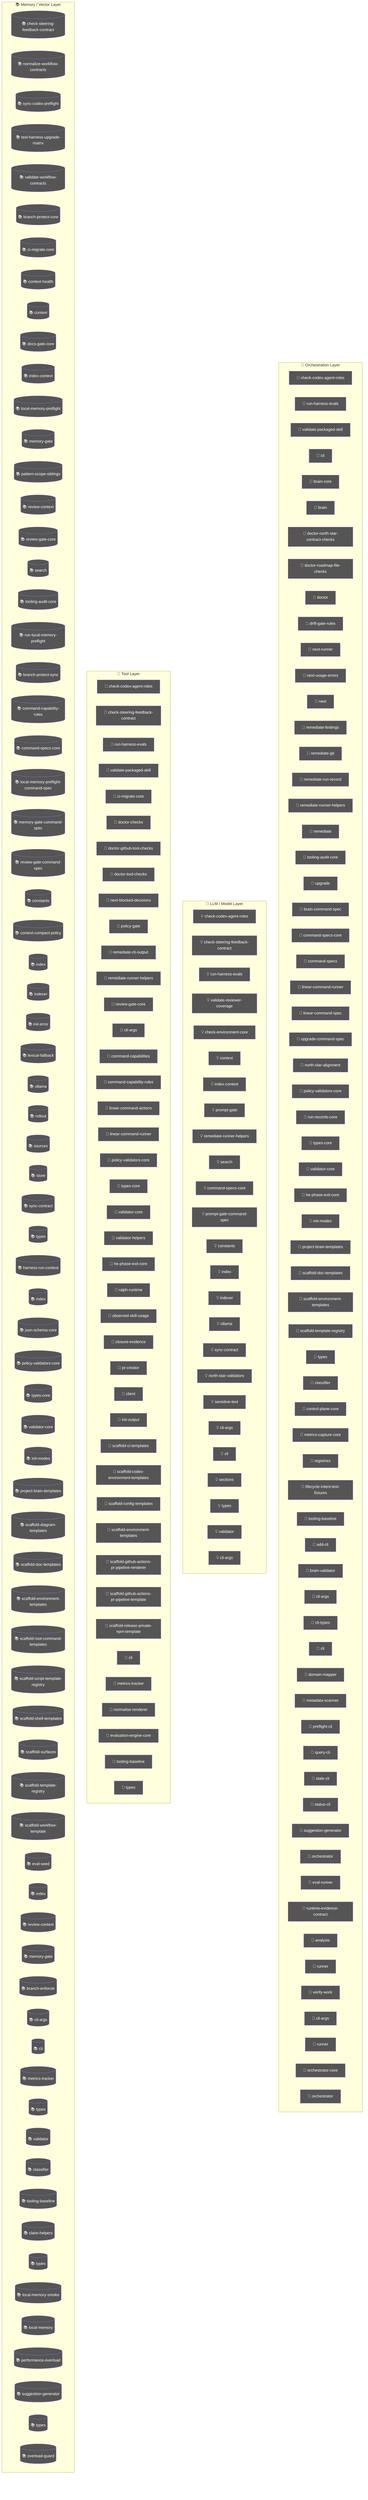
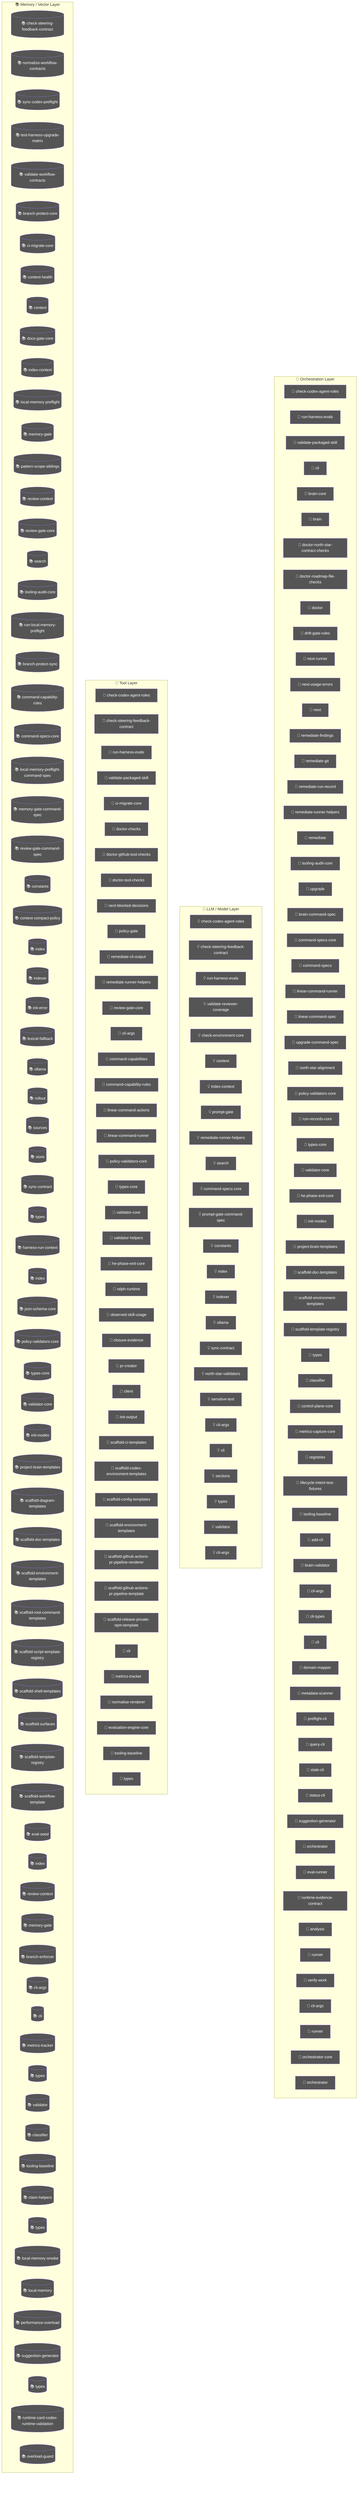
flowchart TD
  subgraph Orchestration["🎯 Orchestration Layer"]
    node_agent_mmd_orchestration_layer_orchestration_chec_7a9f0b64["🤖 check-codex-agent-roles"]
    node_agent_mmd_orchestration_layer_orchestration_run__18817957["🤖 run-harness-evals"]
    node_agent_mmd_orchestration_layer_orchestration_vali_c01b04be["🤖 validate-packaged-skill"]
    cli_99bb8840["🤖 cli"]
    brain_core_aa07c380["🤖 brain-core"]
    brain_bbbf7a64["🤖 brain"]
    doctor_north_star_contract_checks_0048124c["🤖 doctor-north-star-contract-checks"]
    doctor_roadmap_file_checks_14447b8e["🤖 doctor-roadmap-file-checks"]
    doctor_72f4be89["🤖 doctor"]
    drift_gate_rules_9685e72d["🤖 drift-gate-rules"]
    next_runner_41643472["🤖 next-runner"]
    next_usage_errors_837a345a["🤖 next-usage-errors"]
    next_c6c1c9a9["🤖 next"]
    remediate_findings_8b09c8c6["🤖 remediate-findings"]
    remediate_git_58c6f6f4["🤖 remediate-git"]
    remediate_run_record_9dfe5dc1["🤖 remediate-run-record"]
    node_agent_mmd_orchestration_layer_orchestration_reme_359fe98f["🤖 remediate-runner-helpers"]
    remediate_06b9c7fc["🤖 remediate"]
    node_agent_mmd_orchestration_layer_orchestration_tool_acfe0c01["🤖 tooling-audit-core"]
    upgrade_7fef9479["🤖 upgrade"]
    brain_command_spec_15b122d5["🤖 brain-command-spec"]
    node_agent_mmd_orchestration_layer_orchestration_comm_1f8cc24c["🤖 command-specs-core"]
    command_specs_69167c63["🤖 command-specs"]
    node_agent_mmd_orchestration_layer_orchestration_line_b67affd5["🤖 linear-command-runner"]
    linear_command_spec_1e12dd44["🤖 linear-command-spec"]
    upgrade_command_spec_03f6c7bd["🤖 upgrade-command-spec"]
    north_star_alignment_00440188["🤖 north-star-alignment"]
    node_agent_mmd_orchestration_layer_orchestration_poli_3270b55d["🤖 policy-validators-core"]
    run_records_core_89286dfa["🤖 run-records-core"]
    node_agent_mmd_orchestration_layer_orchestration_type_7cf81261["🤖 types-core"]
    node_agent_mmd_orchestration_layer_orchestration_vali_d9fe99e6["🤖 validator-core"]
    node_agent_mmd_orchestration_layer_orchestration_he_p_fc778c24["🤖 he-phase-exit-core"]
    node_agent_mmd_orchestration_layer_orchestration_init_2a9c3ecb["🤖 init-modes"]
    node_agent_mmd_orchestration_layer_orchestration_proj_6ab6f60f["🤖 project-brain-templates"]
    node_agent_mmd_orchestration_layer_orchestration_scaf_12cc07db["🤖 scaffold-doc-templates"]
    node_agent_mmd_orchestration_layer_orchestration_scaf_c9a90c2f["🤖 scaffold-environment-templates"]
    node_agent_mmd_orchestration_layer_orchestration_scaf_ff8f92f6["🤖 scaffold-template-registry"]
-     types_9_1db4641f["🤖 types"]
+     types_10_75e5a4a0["🤖 types"]
    node_agent_mmd_orchestration_layer_orchestration_clas_899b821a["🤖 classifier"]
    control_plane_core_db3b4cb2["🤖 control-plane-core"]
    metrics_capture_core_db4bf7cf["🤖 metrics-capture-core"]
    registries_06402afa["🤖 registries"]
    lifecycle_intent_test_fixtures_a53c7ada["🤖 lifecycle-intent-test-fixtures"]
    node_agent_mmd_orchestration_layer_orchestration_tool_cc43149f["🤖 tooling-baseline"]
    add_cli_7614de25["🤖 add-cli"]
    brain_validator_be251832["🤖 brain-validator"]
    cli_args_8_d546936e["🤖 cli-args"]
    cli_types_1686e858["🤖 cli-types"]
    cli_7_dc4a9f7f["🤖 cli"]
    domain_mapper_cd9333d2["🤖 domain-mapper"]
    metadata_scanner_6a101b66["🤖 metadata-scanner"]
    preflight_cli_5d148379["🤖 preflight-cli"]
    query_cli_b95be64d["🤖 query-cli"]
    stale_cli_64548720["🤖 stale-cli"]
    status_cli_4c24a0d6["🤖 status-cli"]
    node_agent_mmd_orchestration_layer_orchestration_sugg_85c5ebe3["🤖 suggestion-generator"]
    orchestrator_11376b7e["🤖 orchestrator"]
    eval_runner_0966a6b3["🤖 eval-runner"]
    runtime_evidence_contract_0f7b15b2["🤖 runtime-evidence-contract"]
    analysis_f44e85c4["🤖 analysis"]
    runner_527aa9f4["🤖 runner"]
    verify_work_1_cd8e7ec3["🤖 verify-work"]
    cli_args_14_3481043e["🤖 cli-args"]
    runner_1_6f281bf8["🤖 runner"]
    orchestrator_core_d0678b53["🤖 orchestrator-core"]
    orchestrator_1_6b7137c5["🤖 orchestrator"]
  end
  subgraph LLMLayer["🧠 LLM / Model Layer"]
    node_agent_mmd_llm_model_layer_llmlayer_check_codex_a_29e7b7fa["💡 check-codex-agent-roles"]
    node_agent_mmd_llm_model_layer_llmlayer_check_steerin_a7dbbd2f["💡 check-steering-feedback-contract"]
    node_agent_mmd_llm_model_layer_llmlayer_run_harness_e_603fcfdc["💡 run-harness-evals"]
    validate_reviewer_coverage_251efee3["💡 validate-reviewer-coverage"]
    check_environment_core_2c16213f["💡 check-environment-core"]
    node_agent_mmd_llm_model_layer_llmlayer_context_conte_ad2dfbd9["💡 context"]
    node_agent_mmd_llm_model_layer_llmlayer_index_context_1041bd11["💡 index-context"]
    prompt_gate_c5e9d207["💡 prompt-gate"]
    node_agent_mmd_llm_model_layer_llmlayer_remediate_run_9e3d4585["💡 remediate-runner-helpers"]
    node_agent_mmd_llm_model_layer_llmlayer_search_search_66b9a911["💡 search"]
    node_agent_mmd_llm_model_layer_llmlayer_command_specs_782af9fa["💡 command-specs-core"]
    prompt_gate_command_spec_9a941482["💡 prompt-gate-command-spec"]
    node_agent_mmd_llm_model_layer_llmlayer_constants_con_c9bd3f6c["💡 constants"]
    node_agent_mmd_llm_model_layer_llmlayer_index_index_1_02e160ff["💡 index"]
    node_agent_mmd_llm_model_layer_llmlayer_indexer_index_4f4deef5["💡 indexer"]
    node_agent_mmd_llm_model_layer_llmlayer_ollama_ollama_968b23fa["💡 ollama"]
    node_agent_mmd_llm_model_layer_llmlayer_sync_contract_9f3cc8c1["💡 sync-contract"]
    north_star_validators_cfc926ce["💡 north-star-validators"]
    sensitive_text_7c11f760["💡 sensitive-text"]
    cli_args_9_9c136878["💡 cli-args"]
    cli_8_e3a6ce03["💡 cli"]
    sections_4697ef32["💡 sections"]
-     types_19_eb4ad5f0["💡 types"]
+     types_20_071a0112["💡 types"]
    validator_6_3688adbf["💡 validator"]
    cli_args_10_861cdd3f["💡 cli-args"]
  end
  subgraph ToolLayer["🔧 Tool Layer"]
    node_agent_mmd_tool_layer_toollayer_check_codex_agent_4b361d5a["🔧 check-codex-agent-roles"]
    node_agent_mmd_tool_layer_toollayer_check_steering_fe_84ed22c2["🔧 check-steering-feedback-contract"]
    node_agent_mmd_tool_layer_toollayer_run_harness_evals_e2ee24f1["🔧 run-harness-evals"]
    node_agent_mmd_tool_layer_toollayer_validate_packaged_f6ed6f12["🔧 validate-packaged-skill"]
    node_agent_mmd_tool_layer_toollayer_ci_migrate_core_c_049f8460["🔧 ci-migrate-core"]
    doctor_checks_5a2eb2b9["🔧 doctor-checks"]
    doctor_github_tool_checks_a53b0382["🔧 doctor-github-tool-checks"]
    doctor_tool_checks_4acac51a["🔧 doctor-tool-checks"]
    next_blocked_decisions_4140ad2b["🔧 next-blocked-decisions"]
    policy_gate_213f7313["🔧 policy-gate"]
    remediate_cli_output_cc165396["🔧 remediate-cli-output"]
    node_agent_mmd_tool_layer_toollayer_remediate_runner__c003b871["🔧 remediate-runner-helpers"]
    node_agent_mmd_tool_layer_toollayer_review_gate_core__7704598b["🔧 review-gate-core"]
    cli_args_1_6144b055["🔧 cli-args"]
    command_capabilities_a4d5c71e["🔧 command-capabilities"]
    node_agent_mmd_tool_layer_toollayer_command_capabilit_e97a4615["🔧 command-capability-rules"]
    linear_command_actions_e430f4f4["🔧 linear-command-actions"]
    node_agent_mmd_tool_layer_toollayer_linear_command_ru_d6763748["🔧 linear-command-runner"]
    node_agent_mmd_tool_layer_toollayer_policy_validators_af136abf["🔧 policy-validators-core"]
    node_agent_mmd_tool_layer_toollayer_types_core_types__6c8319b6["🔧 types-core"]
    node_agent_mmd_tool_layer_toollayer_validator_core_va_6ef6131f["🔧 validator-core"]
    validator_helpers_7b927667["🔧 validator-helpers"]
    node_agent_mmd_tool_layer_toollayer_he_phase_exit_cor_af016160["🔧 he-phase-exit-core"]
    ralph_runtime_73d63c0e["🔧 ralph-runtime"]
    observed_skill_usage_ed7d5930["🔧 observed-skill-usage"]
    closure_evidence_aaa31467["🔧 closure-evidence"]
    pr_creator_dc6b1ea4["🔧 pr-creator"]
    client_948fe603["🔧 client"]
    init_output_360dce91["🔧 init-output"]
    scaffold_ci_templates_2afd6392["🔧 scaffold-ci-templates"]
    scaffold_codex_environment_templates_334fbbed["🔧 scaffold-codex-environment-templates"]
    scaffold_config_templates_4b80ce53["🔧 scaffold-config-templates"]
    node_agent_mmd_tool_layer_toollayer_scaffold_environm_c1afc013["🔧 scaffold-environment-templates"]
    scaffold_github_actions_pr_pipeline_renderer_1ee18de5["🔧 scaffold-github-actions-pr-pipeline-renderer"]
    scaffold_github_actions_pr_pipeline_template_e2b85f62["🔧 scaffold-github-actions-pr-pipeline-template"]
    scaffold_release_private_npm_template_075499f8["🔧 scaffold-release-private-npm-template"]
    node_agent_mmd_tool_layer_toollayer_cli_cli_2_1_32d9eeaf["🔧 cli"]
    node_agent_mmd_tool_layer_toollayer_metrics_tracker_m_4c9237d8["🔧 metrics-tracker"]
    normalise_renderer_85f2e563["🔧 normalise-renderer"]
    evaluation_engine_core_e054fe49["🔧 evaluation-engine-core"]
    node_agent_mmd_tool_layer_toollayer_tooling_baseline__61e66e9f["🔧 tooling-baseline"]
-     types_25_89d086aa["🔧 types"]
+     types_26_a5814179["🔧 types"]
  end
  subgraph MemoryLayer["📚 Memory / Vector Layer"]
    node_agent_mmd_memory_vector_layer_memorylayer_check__d71f8993[("📚 check-steering-feedback-contract")]
    normalize_workflow_contracts_8701f1c8[("📚 normalize-workflow-contracts")]
    sync_codex_preflight_7e7a8dc2[("📚 sync-codex-preflight")]
    test_harness_upgrade_matrix_84113c4e[("📚 test-harness-upgrade-matrix")]
    validate_workflow_contracts_33dc063c[("📚 validate-workflow-contracts")]
    branch_protect_core_a8feb0fd[("📚 branch-protect-core")]
    node_agent_mmd_memory_vector_layer_memorylayer_ci_mig_0cd5b1a4[("📚 ci-migrate-core")]
    context_health_80bb7da9[("📚 context-health")]
    node_agent_mmd_memory_vector_layer_memorylayer_contex_78ceaaa9[("📚 context")]
    docs_gate_core_eb9b6c18[("📚 docs-gate-core")]
    node_agent_mmd_memory_vector_layer_memorylayer_index__6f3402d0[("📚 index-context")]
    local_memory_preflight_dcc36c42[("📚 local-memory-preflight")]
    memory_gate_a577a506[("📚 memory-gate")]
    pattern_scope_siblings_43abe000[("📚 pattern-scope-siblings")]
    review_context_ca6cf81d[("📚 review-context")]
    node_agent_mmd_memory_vector_layer_memorylayer_review_5bee9816[("📚 review-gate-core")]
    node_agent_mmd_memory_vector_layer_memorylayer_search_ac35cb7e[("📚 search")]
    node_agent_mmd_memory_vector_layer_memorylayer_toolin_a1185b8f[("📚 tooling-audit-core")]
    run_local_memory_preflight_36e92808[("📚 run-local-memory-preflight")]
    branch_protect_sync_570adb18[("📚 branch-protect-sync")]
    node_agent_mmd_memory_vector_layer_memorylayer_comman_c72a5d05[("📚 command-capability-rules")]
    node_agent_mmd_memory_vector_layer_memorylayer_comman_111eb454[("📚 command-specs-core")]
    local_memory_preflight_command_spec_9e23f3ce[("📚 local-memory-preflight-command-spec")]
    memory_gate_command_spec_dc9001a9[("📚 memory-gate-command-spec")]
    review_gate_command_spec_3187376a[("📚 review-gate-command-spec")]
    node_agent_mmd_memory_vector_layer_memorylayer_consta_702d3f46[("📚 constants")]
    context_compact_policy_3dcaf95d[("📚 context-compact-policy")]
    node_agent_mmd_memory_vector_layer_memorylayer_index__752bc61e[("📚 index")]
    node_agent_mmd_memory_vector_layer_memorylayer_indexe_93e6d86f[("📚 indexer")]
    init_error_5c7dd49f[("📚 init-error")]
    lexical_fallback_723e2b3e[("📚 lexical-fallback")]
    node_agent_mmd_memory_vector_layer_memorylayer_ollama_6d51be16[("📚 ollama")]
    rollout_a4fa034c[("📚 rollout")]
    sources_878a52fc[("📚 sources")]
    store_824d80d7[("📚 store")]
    node_agent_mmd_memory_vector_layer_memorylayer_sync_c_e43418bc[("📚 sync-contract")]
    types_4_822d0f88[("📚 types")]
    harness_run_context_ac7c77a9[("📚 harness-run-context")]
    index_1_faebc14e[("📚 index")]
    json_schema_core_96d7e328[("📚 json-schema-core")]
    node_agent_mmd_memory_vector_layer_memorylayer_policy_1944de42[("📚 policy-validators-core")]
    node_agent_mmd_memory_vector_layer_memorylayer_types__83f369fa[("📚 types-core")]
    node_agent_mmd_memory_vector_layer_memorylayer_valida_41034356[("📚 validator-core")]
    node_agent_mmd_memory_vector_layer_memorylayer_init_m_333d02c5[("📚 init-modes")]
    node_agent_mmd_memory_vector_layer_memorylayer_projec_3ae304d9[("📚 project-brain-templates")]
    scaffold_diagram_templates_dd88e83c[("📚 scaffold-diagram-templates")]
    node_agent_mmd_memory_vector_layer_memorylayer_scaffo_5fd73b94[("📚 scaffold-doc-templates")]
    node_agent_mmd_memory_vector_layer_memorylayer_scaffo_12b42341[("📚 scaffold-environment-templates")]
    scaffold_root_command_templates_404fed7f[("📚 scaffold-root-command-templates")]
    scaffold_script_template_registry_69312d4e[("📚 scaffold-script-template-registry")]
    scaffold_shell_templates_0ad0f915[("📚 scaffold-shell-templates")]
    scaffold_surfaces_12d6494e[("📚 scaffold-surfaces")]
    node_agent_mmd_memory_vector_layer_memorylayer_scaffo_a86eece1[("📚 scaffold-template-registry")]
    scaffold_workflow_template_92310587[("📚 scaffold-workflow-template")]
    eval_seed_5699fd3e[("📚 eval-seed")]
-     index_4_013aa0e3[("📚 index")]
+     index_5_522f772a[("📚 index")]
    review_context_1_e3afed15[("📚 review-context")]
    memory_gate_1_265164ac[("📚 memory-gate")]
    branch_enforcer_acb749cd[("📚 branch-enforcer")]
    cli_args_5_09ea29f0[("📚 cli-args")]
    node_agent_mmd_memory_vector_layer_memorylayer_cli_cl_1f1f89ab[("📚 cli")]
    node_agent_mmd_memory_vector_layer_memorylayer_metric_12562178[("📚 metrics-tracker")]
-     types_11_4be3ee64[("📚 types")]
+     types_12_2b09659a[("📚 types")]
    validator_4_5180cf23[("📚 validator")]
    node_agent_mmd_memory_vector_layer_memorylayer_classi_1ebbf5ff[("📚 classifier")]
    node_agent_mmd_memory_vector_layer_memorylayer_toolin_14f86b00[("📚 tooling-baseline")]
    claim_helpers_20dc8387[("📚 claim-helpers")]
-     types_16_0fae1112[("📚 types")]
+     types_17_ed30531c[("📚 types")]
    local_memory_smoke_1175abfc[("📚 local-memory-smoke")]
    local_memory_0db17ecc[("📚 local-memory")]
    performance_overload_c685bfcf[("📚 performance-overload")]
    node_agent_mmd_memory_vector_layer_memorylayer_sugges_267f408d[("📚 suggestion-generator")]
-     types_23_4352ee2e[("📚 types")]
+     types_24_c63dc1a7[("📚 types")]
+     runtime_card_codex_runtime_validation_d8ce9934[("📚 runtime-card-codex-runtime-validation")]
    overload_guard_2748c559[("📚 overload-guard")]
  end
  classDef agentNode fill:#555,color:#fff
-   class node_agent_mmd_orchestration_layer_orchestration_chec_7a9f0b64,node_agent_mmd_llm_model_layer_llmlayer_check_codex_a_29e7b7fa,node_agent_mmd_tool_layer_toollayer_check_codex_agent_4b361d5a,node_agent_mmd_orchestration_layer_orchestration_run__18817957,node_agent_mmd_llm_model_layer_llmlayer_run_harness_e_603fcfdc,node_agent_mmd_tool_layer_toollayer_run_harness_evals_e2ee24f1,node_agent_mmd_orchestration_layer_orchestration_vali_c01b04be,node_agent_mmd_tool_layer_toollayer_validate_packaged_f6ed6f12,cli_99bb8840,brain_core_aa07c380,brain_bbbf7a64,doctor_north_star_contract_checks_0048124c,doctor_roadmap_file_checks_14447b8e,doctor_72f4be89,drift_gate_rules_9685e72d,next_runner_41643472,next_usage_errors_837a345a,next_c6c1c9a9,remediate_findings_8b09c8c6,remediate_git_58c6f6f4,remediate_run_record_9dfe5dc1,node_agent_mmd_orchestration_layer_orchestration_reme_359fe98f,node_agent_mmd_llm_model_layer_llmlayer_remediate_run_9e3d4585,node_agent_mmd_tool_layer_toollayer_remediate_runner__c003b871,remediate_06b9c7fc,node_agent_mmd_orchestration_layer_orchestration_tool_acfe0c01,node_agent_mmd_memory_vector_layer_memorylayer_toolin_a1185b8f,upgrade_7fef9479,brain_command_spec_15b122d5,node_agent_mmd_orchestration_layer_orchestration_comm_1f8cc24c,node_agent_mmd_llm_model_layer_llmlayer_command_specs_782af9fa,node_agent_mmd_memory_vector_layer_memorylayer_comman_111eb454,command_specs_69167c63,node_agent_mmd_orchestration_layer_orchestration_line_b67affd5,node_agent_mmd_tool_layer_toollayer_linear_command_ru_d6763748,linear_command_spec_1e12dd44,upgrade_command_spec_03f6c7bd,north_star_alignment_00440188,node_agent_mmd_orchestration_layer_orchestration_poli_3270b55d,node_agent_mmd_tool_layer_toollayer_policy_validators_af136abf,node_agent_mmd_memory_vector_layer_memorylayer_policy_1944de42,run_records_core_89286dfa,node_agent_mmd_orchestration_layer_orchestration_type_7cf81261,node_agent_mmd_tool_layer_toollayer_types_core_types__6c8319b6,node_agent_mmd_memory_vector_layer_memorylayer_types__83f369fa,node_agent_mmd_orchestration_layer_orchestration_vali_d9fe99e6,node_agent_mmd_tool_layer_toollayer_validator_core_va_6ef6131f,node_agent_mmd_memory_vector_layer_memorylayer_valida_41034356,node_agent_mmd_orchestration_layer_orchestration_he_p_fc778c24,node_agent_mmd_tool_layer_toollayer_he_phase_exit_cor_af016160,node_agent_mmd_orchestration_layer_orchestration_init_2a9c3ecb,node_agent_mmd_memory_vector_layer_memorylayer_init_m_333d02c5,node_agent_mmd_orchestration_layer_orchestration_proj_6ab6f60f,node_agent_mmd_memory_vector_layer_memorylayer_projec_3ae304d9,node_agent_mmd_orchestration_layer_orchestration_scaf_12cc07db,node_agent_mmd_memory_vector_layer_memorylayer_scaffo_5fd73b94,node_agent_mmd_orchestration_layer_orchestration_scaf_c9a90c2f,node_agent_mmd_tool_layer_toollayer_scaffold_environm_c1afc013,node_agent_mmd_memory_vector_layer_memorylayer_scaffo_12b42341,node_agent_mmd_orchestration_layer_orchestration_scaf_ff8f92f6,node_agent_mmd_memory_vector_layer_memorylayer_scaffo_a86eece1,types_9_1db4641f,node_agent_mmd_orchestration_layer_orchestration_clas_899b821a,node_agent_mmd_memory_vector_layer_memorylayer_classi_1ebbf5ff,control_plane_core_db3b4cb2,metrics_capture_core_db4bf7cf,registries_06402afa,lifecycle_intent_test_fixtures_a53c7ada,node_agent_mmd_orchestration_layer_orchestration_tool_cc43149f,node_agent_mmd_tool_layer_toollayer_tooling_baseline__61e66e9f,node_agent_mmd_memory_vector_layer_memorylayer_toolin_14f86b00,add_cli_7614de25,brain_validator_be251832,cli_args_8_d546936e,cli_types_1686e858,cli_7_dc4a9f7f,domain_mapper_cd9333d2,metadata_scanner_6a101b66,preflight_cli_5d148379,query_cli_b95be64d,stale_cli_64548720,status_cli_4c24a0d6,node_agent_mmd_orchestration_layer_orchestration_sugg_85c5ebe3,node_agent_mmd_memory_vector_layer_memorylayer_sugges_267f408d,orchestrator_11376b7e,eval_runner_0966a6b3,runtime_evidence_contract_0f7b15b2,analysis_f44e85c4,runner_527aa9f4,verify_work_1_cd8e7ec3,cli_args_14_3481043e,runner_1_6f281bf8,orchestrator_core_d0678b53,orchestrator_1_6b7137c5 agentNode
+   class node_agent_mmd_orchestration_layer_orchestration_chec_7a9f0b64,node_agent_mmd_llm_model_layer_llmlayer_check_codex_a_29e7b7fa,node_agent_mmd_tool_layer_toollayer_check_codex_agent_4b361d5a,node_agent_mmd_orchestration_layer_orchestration_run__18817957,node_agent_mmd_llm_model_layer_llmlayer_run_harness_e_603fcfdc,node_agent_mmd_tool_layer_toollayer_run_harness_evals_e2ee24f1,node_agent_mmd_orchestration_layer_orchestration_vali_c01b04be,node_agent_mmd_tool_layer_toollayer_validate_packaged_f6ed6f12,cli_99bb8840,brain_core_aa07c380,brain_bbbf7a64,doctor_north_star_contract_checks_0048124c,doctor_roadmap_file_checks_14447b8e,doctor_72f4be89,drift_gate_rules_9685e72d,next_runner_41643472,next_usage_errors_837a345a,next_c6c1c9a9,remediate_findings_8b09c8c6,remediate_git_58c6f6f4,remediate_run_record_9dfe5dc1,node_agent_mmd_orchestration_layer_orchestration_reme_359fe98f,node_agent_mmd_llm_model_layer_llmlayer_remediate_run_9e3d4585,node_agent_mmd_tool_layer_toollayer_remediate_runner__c003b871,remediate_06b9c7fc,node_agent_mmd_orchestration_layer_orchestration_tool_acfe0c01,node_agent_mmd_memory_vector_layer_memorylayer_toolin_a1185b8f,upgrade_7fef9479,brain_command_spec_15b122d5,node_agent_mmd_orchestration_layer_orchestration_comm_1f8cc24c,node_agent_mmd_llm_model_layer_llmlayer_command_specs_782af9fa,node_agent_mmd_memory_vector_layer_memorylayer_comman_111eb454,command_specs_69167c63,node_agent_mmd_orchestration_layer_orchestration_line_b67affd5,node_agent_mmd_tool_layer_toollayer_linear_command_ru_d6763748,linear_command_spec_1e12dd44,upgrade_command_spec_03f6c7bd,north_star_alignment_00440188,node_agent_mmd_orchestration_layer_orchestration_poli_3270b55d,node_agent_mmd_tool_layer_toollayer_policy_validators_af136abf,node_agent_mmd_memory_vector_layer_memorylayer_policy_1944de42,run_records_core_89286dfa,node_agent_mmd_orchestration_layer_orchestration_type_7cf81261,node_agent_mmd_tool_layer_toollayer_types_core_types__6c8319b6,node_agent_mmd_memory_vector_layer_memorylayer_types__83f369fa,node_agent_mmd_orchestration_layer_orchestration_vali_d9fe99e6,node_agent_mmd_tool_layer_toollayer_validator_core_va_6ef6131f,node_agent_mmd_memory_vector_layer_memorylayer_valida_41034356,node_agent_mmd_orchestration_layer_orchestration_he_p_fc778c24,node_agent_mmd_tool_layer_toollayer_he_phase_exit_cor_af016160,node_agent_mmd_orchestration_layer_orchestration_init_2a9c3ecb,node_agent_mmd_memory_vector_layer_memorylayer_init_m_333d02c5,node_agent_mmd_orchestration_layer_orchestration_proj_6ab6f60f,node_agent_mmd_memory_vector_layer_memorylayer_projec_3ae304d9,node_agent_mmd_orchestration_layer_orchestration_scaf_12cc07db,node_agent_mmd_memory_vector_layer_memorylayer_scaffo_5fd73b94,node_agent_mmd_orchestration_layer_orchestration_scaf_c9a90c2f,node_agent_mmd_tool_layer_toollayer_scaffold_environm_c1afc013,node_agent_mmd_memory_vector_layer_memorylayer_scaffo_12b42341,node_agent_mmd_orchestration_layer_orchestration_scaf_ff8f92f6,node_agent_mmd_memory_vector_layer_memorylayer_scaffo_a86eece1,types_10_75e5a4a0,node_agent_mmd_orchestration_layer_orchestration_clas_899b821a,node_agent_mmd_memory_vector_layer_memorylayer_classi_1ebbf5ff,control_plane_core_db3b4cb2,metrics_capture_core_db4bf7cf,registries_06402afa,lifecycle_intent_test_fixtures_a53c7ada,node_agent_mmd_orchestration_layer_orchestration_tool_cc43149f,node_agent_mmd_tool_layer_toollayer_tooling_baseline__61e66e9f,node_agent_mmd_memory_vector_layer_memorylayer_toolin_14f86b00,add_cli_7614de25,brain_validator_be251832,cli_args_8_d546936e,cli_types_1686e858,cli_7_dc4a9f7f,domain_mapper_cd9333d2,metadata_scanner_6a101b66,preflight_cli_5d148379,query_cli_b95be64d,stale_cli_64548720,status_cli_4c24a0d6,node_agent_mmd_orchestration_layer_orchestration_sugg_85c5ebe3,node_agent_mmd_memory_vector_layer_memorylayer_sugges_267f408d,orchestrator_11376b7e,eval_runner_0966a6b3,runtime_evidence_contract_0f7b15b2,analysis_f44e85c4,runner_527aa9f4,verify_work_1_cd8e7ec3,cli_args_14_3481043e,runner_1_6f281bf8,orchestrator_core_d0678b53,orchestrator_1_6b7137c5 agentNode
  classDef llmNode fill:#555,color:#fff
-   class node_agent_mmd_orchestration_layer_orchestration_chec_7a9f0b64,node_agent_mmd_llm_model_layer_llmlayer_check_codex_a_29e7b7fa,node_agent_mmd_tool_layer_toollayer_check_codex_agent_4b361d5a,node_agent_mmd_llm_model_layer_llmlayer_check_steerin_a7dbbd2f,node_agent_mmd_tool_layer_toollayer_check_steering_fe_84ed22c2,node_agent_mmd_memory_vector_layer_memorylayer_check__d71f8993,node_agent_mmd_orchestration_layer_orchestration_run__18817957,node_agent_mmd_llm_model_layer_llmlayer_run_harness_e_603fcfdc,node_agent_mmd_tool_layer_toollayer_run_harness_evals_e2ee24f1,validate_reviewer_coverage_251efee3,check_environment_core_2c16213f,node_agent_mmd_llm_model_layer_llmlayer_context_conte_ad2dfbd9,node_agent_mmd_memory_vector_layer_memorylayer_contex_78ceaaa9,node_agent_mmd_llm_model_layer_llmlayer_index_context_1041bd11,node_agent_mmd_memory_vector_layer_memorylayer_index__6f3402d0,prompt_gate_c5e9d207,node_agent_mmd_orchestration_layer_orchestration_reme_359fe98f,node_agent_mmd_llm_model_layer_llmlayer_remediate_run_9e3d4585,node_agent_mmd_tool_layer_toollayer_remediate_runner__c003b871,node_agent_mmd_llm_model_layer_llmlayer_search_search_66b9a911,node_agent_mmd_memory_vector_layer_memorylayer_search_ac35cb7e,node_agent_mmd_orchestration_layer_orchestration_comm_1f8cc24c,node_agent_mmd_llm_model_layer_llmlayer_command_specs_782af9fa,node_agent_mmd_memory_vector_layer_memorylayer_comman_111eb454,prompt_gate_command_spec_9a941482,node_agent_mmd_llm_model_layer_llmlayer_constants_con_c9bd3f6c,node_agent_mmd_memory_vector_layer_memorylayer_consta_702d3f46,node_agent_mmd_llm_model_layer_llmlayer_index_index_1_02e160ff,node_agent_mmd_memory_vector_layer_memorylayer_index__752bc61e,node_agent_mmd_llm_model_layer_llmlayer_indexer_index_4f4deef5,node_agent_mmd_memory_vector_layer_memorylayer_indexe_93e6d86f,node_agent_mmd_llm_model_layer_llmlayer_ollama_ollama_968b23fa,node_agent_mmd_memory_vector_layer_memorylayer_ollama_6d51be16,node_agent_mmd_llm_model_layer_llmlayer_sync_contract_9f3cc8c1,node_agent_mmd_memory_vector_layer_memorylayer_sync_c_e43418bc,north_star_validators_cfc926ce,sensitive_text_7c11f760,cli_args_9_9c136878,cli_8_e3a6ce03,sections_4697ef32,types_19_eb4ad5f0,validator_6_3688adbf,cli_args_10_861cdd3f llmNode
+   class node_agent_mmd_orchestration_layer_orchestration_chec_7a9f0b64,node_agent_mmd_llm_model_layer_llmlayer_check_codex_a_29e7b7fa,node_agent_mmd_tool_layer_toollayer_check_codex_agent_4b361d5a,node_agent_mmd_llm_model_layer_llmlayer_check_steerin_a7dbbd2f,node_agent_mmd_tool_layer_toollayer_check_steering_fe_84ed22c2,node_agent_mmd_memory_vector_layer_memorylayer_check__d71f8993,node_agent_mmd_orchestration_layer_orchestration_run__18817957,node_agent_mmd_llm_model_layer_llmlayer_run_harness_e_603fcfdc,node_agent_mmd_tool_layer_toollayer_run_harness_evals_e2ee24f1,validate_reviewer_coverage_251efee3,check_environment_core_2c16213f,node_agent_mmd_llm_model_layer_llmlayer_context_conte_ad2dfbd9,node_agent_mmd_memory_vector_layer_memorylayer_contex_78ceaaa9,node_agent_mmd_llm_model_layer_llmlayer_index_context_1041bd11,node_agent_mmd_memory_vector_layer_memorylayer_index__6f3402d0,prompt_gate_c5e9d207,node_agent_mmd_orchestration_layer_orchestration_reme_359fe98f,node_agent_mmd_llm_model_layer_llmlayer_remediate_run_9e3d4585,node_agent_mmd_tool_layer_toollayer_remediate_runner__c003b871,node_agent_mmd_llm_model_layer_llmlayer_search_search_66b9a911,node_agent_mmd_memory_vector_layer_memorylayer_search_ac35cb7e,node_agent_mmd_orchestration_layer_orchestration_comm_1f8cc24c,node_agent_mmd_llm_model_layer_llmlayer_command_specs_782af9fa,node_agent_mmd_memory_vector_layer_memorylayer_comman_111eb454,prompt_gate_command_spec_9a941482,node_agent_mmd_llm_model_layer_llmlayer_constants_con_c9bd3f6c,node_agent_mmd_memory_vector_layer_memorylayer_consta_702d3f46,node_agent_mmd_llm_model_layer_llmlayer_index_index_1_02e160ff,node_agent_mmd_memory_vector_layer_memorylayer_index__752bc61e,node_agent_mmd_llm_model_layer_llmlayer_indexer_index_4f4deef5,node_agent_mmd_memory_vector_layer_memorylayer_indexe_93e6d86f,node_agent_mmd_llm_model_layer_llmlayer_ollama_ollama_968b23fa,node_agent_mmd_memory_vector_layer_memorylayer_ollama_6d51be16,node_agent_mmd_llm_model_layer_llmlayer_sync_contract_9f3cc8c1,node_agent_mmd_memory_vector_layer_memorylayer_sync_c_e43418bc,north_star_validators_cfc926ce,sensitive_text_7c11f760,cli_args_9_9c136878,cli_8_e3a6ce03,sections_4697ef32,types_20_071a0112,validator_6_3688adbf,cli_args_10_861cdd3f llmNode
  classDef toolNode fill:#555,color:#fff
-   class node_agent_mmd_orchestration_layer_orchestration_chec_7a9f0b64,node_agent_mmd_llm_model_layer_llmlayer_check_codex_a_29e7b7fa,node_agent_mmd_tool_layer_toollayer_check_codex_agent_4b361d5a,node_agent_mmd_llm_model_layer_llmlayer_check_steerin_a7dbbd2f,node_agent_mmd_tool_layer_toollayer_check_steering_fe_84ed22c2,node_agent_mmd_memory_vector_layer_memorylayer_check__d71f8993,node_agent_mmd_orchestration_layer_orchestration_run__18817957,node_agent_mmd_llm_model_layer_llmlayer_run_harness_e_603fcfdc,node_agent_mmd_tool_layer_toollayer_run_harness_evals_e2ee24f1,node_agent_mmd_orchestration_layer_orchestration_vali_c01b04be,node_agent_mmd_tool_layer_toollayer_validate_packaged_f6ed6f12,node_agent_mmd_tool_layer_toollayer_ci_migrate_core_c_049f8460,node_agent_mmd_memory_vector_layer_memorylayer_ci_mig_0cd5b1a4,doctor_checks_5a2eb2b9,doctor_github_tool_checks_a53b0382,doctor_tool_checks_4acac51a,next_blocked_decisions_4140ad2b,policy_gate_213f7313,remediate_cli_output_cc165396,node_agent_mmd_orchestration_layer_orchestration_reme_359fe98f,node_agent_mmd_llm_model_layer_llmlayer_remediate_run_9e3d4585,node_agent_mmd_tool_layer_toollayer_remediate_runner__c003b871,node_agent_mmd_tool_layer_toollayer_review_gate_core__7704598b,node_agent_mmd_memory_vector_layer_memorylayer_review_5bee9816,cli_args_1_6144b055,command_capabilities_a4d5c71e,node_agent_mmd_tool_layer_toollayer_command_capabilit_e97a4615,node_agent_mmd_memory_vector_layer_memorylayer_comman_c72a5d05,linear_command_actions_e430f4f4,node_agent_mmd_orchestration_layer_orchestration_line_b67affd5,node_agent_mmd_tool_layer_toollayer_linear_command_ru_d6763748,node_agent_mmd_orchestration_layer_orchestration_poli_3270b55d,node_agent_mmd_tool_layer_toollayer_policy_validators_af136abf,node_agent_mmd_memory_vector_layer_memorylayer_policy_1944de42,node_agent_mmd_orchestration_layer_orchestration_type_7cf81261,node_agent_mmd_tool_layer_toollayer_types_core_types__6c8319b6,node_agent_mmd_memory_vector_layer_memorylayer_types__83f369fa,node_agent_mmd_orchestration_layer_orchestration_vali_d9fe99e6,node_agent_mmd_tool_layer_toollayer_validator_core_va_6ef6131f,node_agent_mmd_memory_vector_layer_memorylayer_valida_41034356,validator_helpers_7b927667,node_agent_mmd_orchestration_layer_orchestration_he_p_fc778c24,node_agent_mmd_tool_layer_toollayer_he_phase_exit_cor_af016160,ralph_runtime_73d63c0e,observed_skill_usage_ed7d5930,closure_evidence_aaa31467,pr_creator_dc6b1ea4,client_948fe603,init_output_360dce91,scaffold_ci_templates_2afd6392,scaffold_codex_environment_templates_334fbbed,scaffold_config_templates_4b80ce53,node_agent_mmd_orchestration_layer_orchestration_scaf_c9a90c2f,node_agent_mmd_tool_layer_toollayer_scaffold_environm_c1afc013,node_agent_mmd_memory_vector_layer_memorylayer_scaffo_12b42341,scaffold_github_actions_pr_pipeline_renderer_1ee18de5,scaffold_github_actions_pr_pipeline_template_e2b85f62,scaffold_release_private_npm_template_075499f8,node_agent_mmd_tool_layer_toollayer_cli_cli_2_1_32d9eeaf,node_agent_mmd_memory_vector_layer_memorylayer_cli_cl_1f1f89ab,node_agent_mmd_tool_layer_toollayer_metrics_tracker_m_4c9237d8,node_agent_mmd_memory_vector_layer_memorylayer_metric_12562178,normalise_renderer_85f2e563,evaluation_engine_core_e054fe49,node_agent_mmd_orchestration_layer_orchestration_tool_cc43149f,node_agent_mmd_tool_layer_toollayer_tooling_baseline__61e66e9f,node_agent_mmd_memory_vector_layer_memorylayer_toolin_14f86b00,types_25_89d086aa toolNode
+   class node_agent_mmd_orchestration_layer_orchestration_chec_7a9f0b64,node_agent_mmd_llm_model_layer_llmlayer_check_codex_a_29e7b7fa,node_agent_mmd_tool_layer_toollayer_check_codex_agent_4b361d5a,node_agent_mmd_llm_model_layer_llmlayer_check_steerin_a7dbbd2f,node_agent_mmd_tool_layer_toollayer_check_steering_fe_84ed22c2,node_agent_mmd_memory_vector_layer_memorylayer_check__d71f8993,node_agent_mmd_orchestration_layer_orchestration_run__18817957,node_agent_mmd_llm_model_layer_llmlayer_run_harness_e_603fcfdc,node_agent_mmd_tool_layer_toollayer_run_harness_evals_e2ee24f1,node_agent_mmd_orchestration_layer_orchestration_vali_c01b04be,node_agent_mmd_tool_layer_toollayer_validate_packaged_f6ed6f12,node_agent_mmd_tool_layer_toollayer_ci_migrate_core_c_049f8460,node_agent_mmd_memory_vector_layer_memorylayer_ci_mig_0cd5b1a4,doctor_checks_5a2eb2b9,doctor_github_tool_checks_a53b0382,doctor_tool_checks_4acac51a,next_blocked_decisions_4140ad2b,policy_gate_213f7313,remediate_cli_output_cc165396,node_agent_mmd_orchestration_layer_orchestration_reme_359fe98f,node_agent_mmd_llm_model_layer_llmlayer_remediate_run_9e3d4585,node_agent_mmd_tool_layer_toollayer_remediate_runner__c003b871,node_agent_mmd_tool_layer_toollayer_review_gate_core__7704598b,node_agent_mmd_memory_vector_layer_memorylayer_review_5bee9816,cli_args_1_6144b055,command_capabilities_a4d5c71e,node_agent_mmd_tool_layer_toollayer_command_capabilit_e97a4615,node_agent_mmd_memory_vector_layer_memorylayer_comman_c72a5d05,linear_command_actions_e430f4f4,node_agent_mmd_orchestration_layer_orchestration_line_b67affd5,node_agent_mmd_tool_layer_toollayer_linear_command_ru_d6763748,node_agent_mmd_orchestration_layer_orchestration_poli_3270b55d,node_agent_mmd_tool_layer_toollayer_policy_validators_af136abf,node_agent_mmd_memory_vector_layer_memorylayer_policy_1944de42,node_agent_mmd_orchestration_layer_orchestration_type_7cf81261,node_agent_mmd_tool_layer_toollayer_types_core_types__6c8319b6,node_agent_mmd_memory_vector_layer_memorylayer_types__83f369fa,node_agent_mmd_orchestration_layer_orchestration_vali_d9fe99e6,node_agent_mmd_tool_layer_toollayer_validator_core_va_6ef6131f,node_agent_mmd_memory_vector_layer_memorylayer_valida_41034356,validator_helpers_7b927667,node_agent_mmd_orchestration_layer_orchestration_he_p_fc778c24,node_agent_mmd_tool_layer_toollayer_he_phase_exit_cor_af016160,ralph_runtime_73d63c0e,observed_skill_usage_ed7d5930,closure_evidence_aaa31467,pr_creator_dc6b1ea4,client_948fe603,init_output_360dce91,scaffold_ci_templates_2afd6392,scaffold_codex_environment_templates_334fbbed,scaffold_config_templates_4b80ce53,node_agent_mmd_orchestration_layer_orchestration_scaf_c9a90c2f,node_agent_mmd_tool_layer_toollayer_scaffold_environm_c1afc013,node_agent_mmd_memory_vector_layer_memorylayer_scaffo_12b42341,scaffold_github_actions_pr_pipeline_renderer_1ee18de5,scaffold_github_actions_pr_pipeline_template_e2b85f62,scaffold_release_private_npm_template_075499f8,node_agent_mmd_tool_layer_toollayer_cli_cli_2_1_32d9eeaf,node_agent_mmd_memory_vector_layer_memorylayer_cli_cl_1f1f89ab,node_agent_mmd_tool_layer_toollayer_metrics_tracker_m_4c9237d8,node_agent_mmd_memory_vector_layer_memorylayer_metric_12562178,normalise_renderer_85f2e563,evaluation_engine_core_e054fe49,node_agent_mmd_orchestration_layer_orchestration_tool_cc43149f,node_agent_mmd_tool_layer_toollayer_tooling_baseline__61e66e9f,node_agent_mmd_memory_vector_layer_memorylayer_toolin_14f86b00,types_26_a5814179 toolNode
  classDef memNode fill:#555,color:#fff
-   class node_agent_mmd_llm_model_layer_llmlayer_check_steerin_a7dbbd2f,node_agent_mmd_tool_layer_toollayer_check_steering_fe_84ed22c2,node_agent_mmd_memory_vector_layer_memorylayer_check__d71f8993,normalize_workflow_contracts_8701f1c8,sync_codex_preflight_7e7a8dc2,test_harness_upgrade_matrix_84113c4e,validate_workflow_contracts_33dc063c,branch_protect_core_a8feb0fd,node_agent_mmd_tool_layer_toollayer_ci_migrate_core_c_049f8460,node_agent_mmd_memory_vector_layer_memorylayer_ci_mig_0cd5b1a4,context_health_80bb7da9,node_agent_mmd_llm_model_layer_llmlayer_context_conte_ad2dfbd9,node_agent_mmd_memory_vector_layer_memorylayer_contex_78ceaaa9,docs_gate_core_eb9b6c18,node_agent_mmd_llm_model_layer_llmlayer_index_context_1041bd11,node_agent_mmd_memory_vector_layer_memorylayer_index__6f3402d0,local_memory_preflight_dcc36c42,memory_gate_a577a506,pattern_scope_siblings_43abe000,review_context_ca6cf81d,node_agent_mmd_tool_layer_toollayer_review_gate_core__7704598b,node_agent_mmd_memory_vector_layer_memorylayer_review_5bee9816,node_agent_mmd_llm_model_layer_llmlayer_search_search_66b9a911,node_agent_mmd_memory_vector_layer_memorylayer_search_ac35cb7e,node_agent_mmd_orchestration_layer_orchestration_tool_acfe0c01,node_agent_mmd_memory_vector_layer_memorylayer_toolin_a1185b8f,run_local_memory_preflight_36e92808,branch_protect_sync_570adb18,node_agent_mmd_tool_layer_toollayer_command_capabilit_e97a4615,node_agent_mmd_memory_vector_layer_memorylayer_comman_c72a5d05,node_agent_mmd_orchestration_layer_orchestration_comm_1f8cc24c,node_agent_mmd_llm_model_layer_llmlayer_command_specs_782af9fa,node_agent_mmd_memory_vector_layer_memorylayer_comman_111eb454,local_memory_preflight_command_spec_9e23f3ce,memory_gate_command_spec_dc9001a9,review_gate_command_spec_3187376a,node_agent_mmd_llm_model_layer_llmlayer_constants_con_c9bd3f6c,node_agent_mmd_memory_vector_layer_memorylayer_consta_702d3f46,context_compact_policy_3dcaf95d,node_agent_mmd_llm_model_layer_llmlayer_index_index_1_02e160ff,node_agent_mmd_memory_vector_layer_memorylayer_index__752bc61e,node_agent_mmd_llm_model_layer_llmlayer_indexer_index_4f4deef5,node_agent_mmd_memory_vector_layer_memorylayer_indexe_93e6d86f,init_error_5c7dd49f,lexical_fallback_723e2b3e,node_agent_mmd_llm_model_layer_llmlayer_ollama_ollama_968b23fa,node_agent_mmd_memory_vector_layer_memorylayer_ollama_6d51be16,rollout_a4fa034c,sources_878a52fc,store_824d80d7,node_agent_mmd_llm_model_layer_llmlayer_sync_contract_9f3cc8c1,node_agent_mmd_memory_vector_layer_memorylayer_sync_c_e43418bc,types_4_822d0f88,harness_run_context_ac7c77a9,index_1_faebc14e,json_schema_core_96d7e328,node_agent_mmd_orchestration_layer_orchestration_poli_3270b55d,node_agent_mmd_tool_layer_toollayer_policy_validators_af136abf,node_agent_mmd_memory_vector_layer_memorylayer_policy_1944de42,node_agent_mmd_orchestration_layer_orchestration_type_7cf81261,node_agent_mmd_tool_layer_toollayer_types_core_types__6c8319b6,node_agent_mmd_memory_vector_layer_memorylayer_types__83f369fa,node_agent_mmd_orchestration_layer_orchestration_vali_d9fe99e6,node_agent_mmd_tool_layer_toollayer_validator_core_va_6ef6131f,node_agent_mmd_memory_vector_layer_memorylayer_valida_41034356,node_agent_mmd_orchestration_layer_orchestration_init_2a9c3ecb,node_agent_mmd_memory_vector_layer_memorylayer_init_m_333d02c5,node_agent_mmd_orchestration_layer_orchestration_proj_6ab6f60f,node_agent_mmd_memory_vector_layer_memorylayer_projec_3ae304d9,scaffold_diagram_templates_dd88e83c,node_agent_mmd_orchestration_layer_orchestration_scaf_12cc07db,node_agent_mmd_memory_vector_layer_memorylayer_scaffo_5fd73b94,node_agent_mmd_orchestration_layer_orchestration_scaf_c9a90c2f,node_agent_mmd_tool_layer_toollayer_scaffold_environm_c1afc013,node_agent_mmd_memory_vector_layer_memorylayer_scaffo_12b42341,scaffold_root_command_templates_404fed7f,scaffold_script_template_registry_69312d4e,scaffold_shell_templates_0ad0f915,scaffold_surfaces_12d6494e,node_agent_mmd_orchestration_layer_orchestration_scaf_ff8f92f6,node_agent_mmd_memory_vector_layer_memorylayer_scaffo_a86eece1,scaffold_workflow_template_92310587,eval_seed_5699fd3e,index_4_013aa0e3,review_context_1_e3afed15,memory_gate_1_265164ac,branch_enforcer_acb749cd,cli_args_5_09ea29f0,node_agent_mmd_tool_layer_toollayer_cli_cli_2_1_32d9eeaf,node_agent_mmd_memory_vector_layer_memorylayer_cli_cl_1f1f89ab,node_agent_mmd_tool_layer_toollayer_metrics_tracker_m_4c9237d8,node_agent_mmd_memory_vector_layer_memorylayer_metric_12562178,types_11_4be3ee64,validator_4_5180cf23,node_agent_mmd_orchestration_layer_orchestration_clas_899b821a,node_agent_mmd_memory_vector_layer_memorylayer_classi_1ebbf5ff,node_agent_mmd_orchestration_layer_orchestration_tool_cc43149f,node_agent_mmd_tool_layer_toollayer_tooling_baseline__61e66e9f,node_agent_mmd_memory_vector_layer_memorylayer_toolin_14f86b00,claim_helpers_20dc8387,types_16_0fae1112,local_memory_smoke_1175abfc,local_memory_0db17ecc,performance_overload_c685bfcf,node_agent_mmd_orchestration_layer_orchestration_sugg_85c5ebe3,node_agent_mmd_memory_vector_layer_memorylayer_sugges_267f408d,types_23_4352ee2e,overload_guard_2748c559 memNode
+   class node_agent_mmd_llm_model_layer_llmlayer_check_steerin_a7dbbd2f,node_agent_mmd_tool_layer_toollayer_check_steering_fe_84ed22c2,node_agent_mmd_memory_vector_layer_memorylayer_check__d71f8993,normalize_workflow_contracts_8701f1c8,sync_codex_preflight_7e7a8dc2,test_harness_upgrade_matrix_84113c4e,validate_workflow_contracts_33dc063c,branch_protect_core_a8feb0fd,node_agent_mmd_tool_layer_toollayer_ci_migrate_core_c_049f8460,node_agent_mmd_memory_vector_layer_memorylayer_ci_mig_0cd5b1a4,context_health_80bb7da9,node_agent_mmd_llm_model_layer_llmlayer_context_conte_ad2dfbd9,node_agent_mmd_memory_vector_layer_memorylayer_contex_78ceaaa9,docs_gate_core_eb9b6c18,node_agent_mmd_llm_model_layer_llmlayer_index_context_1041bd11,node_agent_mmd_memory_vector_layer_memorylayer_index__6f3402d0,local_memory_preflight_dcc36c42,memory_gate_a577a506,pattern_scope_siblings_43abe000,review_context_ca6cf81d,node_agent_mmd_tool_layer_toollayer_review_gate_core__7704598b,node_agent_mmd_memory_vector_layer_memorylayer_review_5bee9816,node_agent_mmd_llm_model_layer_llmlayer_search_search_66b9a911,node_agent_mmd_memory_vector_layer_memorylayer_search_ac35cb7e,node_agent_mmd_orchestration_layer_orchestration_tool_acfe0c01,node_agent_mmd_memory_vector_layer_memorylayer_toolin_a1185b8f,run_local_memory_preflight_36e92808,branch_protect_sync_570adb18,node_agent_mmd_tool_layer_toollayer_command_capabilit_e97a4615,node_agent_mmd_memory_vector_layer_memorylayer_comman_c72a5d05,node_agent_mmd_orchestration_layer_orchestration_comm_1f8cc24c,node_agent_mmd_llm_model_layer_llmlayer_command_specs_782af9fa,node_agent_mmd_memory_vector_layer_memorylayer_comman_111eb454,local_memory_preflight_command_spec_9e23f3ce,memory_gate_command_spec_dc9001a9,review_gate_command_spec_3187376a,node_agent_mmd_llm_model_layer_llmlayer_constants_con_c9bd3f6c,node_agent_mmd_memory_vector_layer_memorylayer_consta_702d3f46,context_compact_policy_3dcaf95d,node_agent_mmd_llm_model_layer_llmlayer_index_index_1_02e160ff,node_agent_mmd_memory_vector_layer_memorylayer_index__752bc61e,node_agent_mmd_llm_model_layer_llmlayer_indexer_index_4f4deef5,node_agent_mmd_memory_vector_layer_memorylayer_indexe_93e6d86f,init_error_5c7dd49f,lexical_fallback_723e2b3e,node_agent_mmd_llm_model_layer_llmlayer_ollama_ollama_968b23fa,node_agent_mmd_memory_vector_layer_memorylayer_ollama_6d51be16,rollout_a4fa034c,sources_878a52fc,store_824d80d7,node_agent_mmd_llm_model_layer_llmlayer_sync_contract_9f3cc8c1,node_agent_mmd_memory_vector_layer_memorylayer_sync_c_e43418bc,types_4_822d0f88,harness_run_context_ac7c77a9,index_1_faebc14e,json_schema_core_96d7e328,node_agent_mmd_orchestration_layer_orchestration_poli_3270b55d,node_agent_mmd_tool_layer_toollayer_policy_validators_af136abf,node_agent_mmd_memory_vector_layer_memorylayer_policy_1944de42,node_agent_mmd_orchestration_layer_orchestration_type_7cf81261,node_agent_mmd_tool_layer_toollayer_types_core_types__6c8319b6,node_agent_mmd_memory_vector_layer_memorylayer_types__83f369fa,node_agent_mmd_orchestration_layer_orchestration_vali_d9fe99e6,node_agent_mmd_tool_layer_toollayer_validator_core_va_6ef6131f,node_agent_mmd_memory_vector_layer_memorylayer_valida_41034356,node_agent_mmd_orchestration_layer_orchestration_init_2a9c3ecb,node_agent_mmd_memory_vector_layer_memorylayer_init_m_333d02c5,node_agent_mmd_orchestration_layer_orchestration_proj_6ab6f60f,node_agent_mmd_memory_vector_layer_memorylayer_projec_3ae304d9,scaffold_diagram_templates_dd88e83c,node_agent_mmd_orchestration_layer_orchestration_scaf_12cc07db,node_agent_mmd_memory_vector_layer_memorylayer_scaffo_5fd73b94,node_agent_mmd_orchestration_layer_orchestration_scaf_c9a90c2f,node_agent_mmd_tool_layer_toollayer_scaffold_environm_c1afc013,node_agent_mmd_memory_vector_layer_memorylayer_scaffo_12b42341,scaffold_root_command_templates_404fed7f,scaffold_script_template_registry_69312d4e,scaffold_shell_templates_0ad0f915,scaffold_surfaces_12d6494e,node_agent_mmd_orchestration_layer_orchestration_scaf_ff8f92f6,node_agent_mmd_memory_vector_layer_memorylayer_scaffo_a86eece1,scaffold_workflow_template_92310587,eval_seed_5699fd3e,index_5_522f772a,review_context_1_e3afed15,memory_gate_1_265164ac,branch_enforcer_acb749cd,cli_args_5_09ea29f0,node_agent_mmd_tool_layer_toollayer_cli_cli_2_1_32d9eeaf,node_agent_mmd_memory_vector_layer_memorylayer_cli_cl_1f1f89ab,node_agent_mmd_tool_layer_toollayer_metrics_tracker_m_4c9237d8,node_agent_mmd_memory_vector_layer_memorylayer_metric_12562178,types_12_2b09659a,validator_4_5180cf23,node_agent_mmd_orchestration_layer_orchestration_clas_899b821a,node_agent_mmd_memory_vector_layer_memorylayer_classi_1ebbf5ff,node_agent_mmd_orchestration_layer_orchestration_tool_cc43149f,node_agent_mmd_tool_layer_toollayer_tooling_baseline__61e66e9f,node_agent_mmd_memory_vector_layer_memorylayer_toolin_14f86b00,claim_helpers_20dc8387,types_17_ed30531c,local_memory_smoke_1175abfc,local_memory_0db17ecc,performance_overload_c685bfcf,node_agent_mmd_orchestration_layer_orchestration_sugg_85c5ebe3,node_agent_mmd_memory_vector_layer_memorylayer_sugges_267f408d,types_24_c63dc1a7,runtime_card_codex_runtime_validation_d8ce9934,overload_guard_2748c559 memNode
